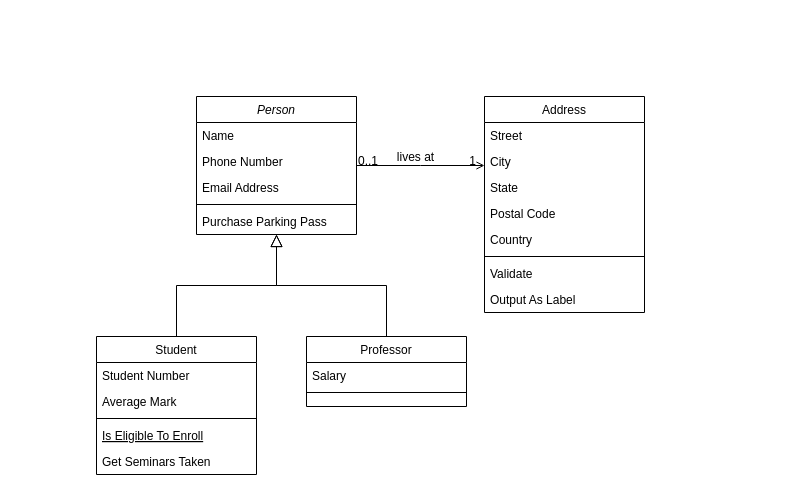
The draw.io diagram Modulo02/EjercicioBanco-Clases/Diagrama sin título.drawio in sebastiancabezasrios/umayor-progra2-2023-1-publico, before the edit. Source tidied: cells renumbered, new cells numbered last; positions are measured from the earlier drawing's top-left corner, leaving out a move shared by most shapes. Both pictures are drawn from the tidied source at 100%, with x=0, y=0 at pixel (96, 96).
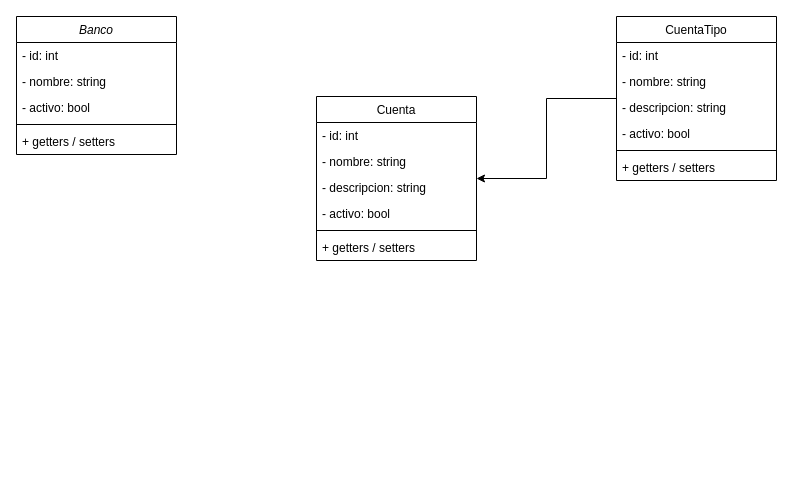
Above is the later version.

Commit message:
actualizar diagrama de clases

What changed in the source:
```diff
@@
-    <mxCell id="2" value="Person" style="swimlane;fontStyle=2;align=center;verticalAlign=top;horizontal=1;startSize=26;rounded=0;shadow=0;strokeWidth=1;" parent="1" vertex="1">
-      <mxGeometry x="100" width="160" height="138" as="geometry" />
+    <mxCell id="2" value="Banco" style="swimlane;fontStyle=2;align=center;verticalAlign=top;horizontal=1;startSize=26;rounded=0;shadow=0;strokeWidth=1;" parent="1" vertex="1">
+      <mxGeometry x="-80" y="-80" width="160" height="138" as="geometry" />
     </mxCell>
-    <mxCell id="3" value="Name" style="text;align=left;verticalAlign=top;spacingLeft=4;spacingRight=4;overflow=hidden;" parent="2" vertex="1">
+    <mxCell id="3" value="- id: int" style="text;align=left;verticalAlign=top;spacingLeft=4;spacingRight=4;overflow=hidden;" parent="2" vertex="1">
       <mxGeometry y="26" width="160" height="26" as="geometry" />
     </mxCell>
-    <mxCell id="4" value="Phone Number" style="text;align=left;verticalAlign=top;spacingLeft=4;spacingRight=4;overflow=hidden;rounded=0;shadow=0;html=0;" parent="2" vertex="1">
+    <mxCell id="4" value="- nombre: string" style="text;align=left;verticalAlign=top;spacingLeft=4;spacingRight=4;overflow=hidden;rounded=0;shadow=0;html=0;" parent="2" vertex="1">
       <mxGeometry y="52" width="160" height="26" as="geometry" />
     </mxCell>
-    <mxCell id="5" value="Email Address" style="text;align=left;verticalAlign=top;spacingLeft=4;spacingRight=4;overflow=hidden;rounded=0;shadow=0;html=0;" parent="2" vertex="1">
+    <mxCell id="5" value="- activo: bool" style="text;align=left;verticalAlign=top;spacingLeft=4;spacingRight=4;overflow=hidden;rounded=0;shadow=0;html=0;" parent="2" vertex="1">
       <mxGeometry y="78" width="160" height="26" as="geometry" />
     </mxCell>
@@
-    <mxCell id="7" value="Purchase Parking Pass" style="text;align=left;verticalAlign=top;spacingLeft=4;spacingRight=4;overflow=hidden;" parent="2" vertex="1">
+    <mxCell id="7" value="+ getters / setters" style="text;align=left;verticalAlign=top;spacingLeft=4;spacingRight=4;overflow=hidden;" parent="2" vertex="1">
       <mxGeometry y="112" width="160" height="26" as="geometry" />
     </mxCell>
-    <mxCell id="8" value="Student" style="swimlane;fontStyle=0;align=center;verticalAlign=top;horizontal=1;startSize=26;rounded=0;shadow=0;strokeWidth=1;" parent="1" vertex="1">
-      <mxGeometry y="240" width="160" height="138" as="geometry" />
-    </mxCell>
-    <mxCell id="9" value="Student Number" style="text;align=left;verticalAlign=top;spacingLeft=4;spacingRight=4;overflow=hidden;" parent="8" vertex="1">
-      <mxGeometry y="26" width="160" height="26" as="geometry" />
-    </mxCell>
-    <mxCell id="10" value="Average Mark" style="text;align=left;verticalAlign=top;spacingLeft=4;spacingRight=4;overflow=hidden;rounded=0;shadow=0;html=0;" parent="8" vertex="1">
-      <mxGeometry y="52" width="160" height="26" as="geometry" />
-    </mxCell>
-    <mxCell id="11" style="line;html=1;strokeWidth=1;align=left;verticalAlign=middle;spacingTop=-1;spacingLeft=3;spacingRight=3;labelPosition=right;" parent="8" vertex="1">
-      <mxGeometry y="78" width="160" height="8" as="geometry" />
-    </mxCell>
-    <mxCell id="12" value="Is Eligible To Enroll" style="text;align=left;verticalAlign=top;spacingLeft=4;spacingRight=4;overflow=hidden;fontStyle=4;" parent="8" vertex="1">
-      <mxGeometry y="86" width="160" height="26" as="geometry" />
-    </mxCell>
-    <mxCell id="13" value="Get Seminars Taken" style="text;align=left;verticalAlign=top;spacingLeft=4;spacingRight=4;overflow=hidden;" parent="8" vertex="1">
-      <mxGeometry y="112" width="160" height="26" as="geometry" />
-    </mxCell>
-    <mxCell id="14" style="endArrow=block;endSize=10;endFill=0;shadow=0;strokeWidth=1;rounded=0;edgeStyle=elbowEdgeStyle;elbow=vertical;" parent="1" edge="1" source="8" target="2">
-      <mxGeometry relative="1" as="geometry" />
-    </mxCell>
-    <mxCell id="15" value="Professor" style="swimlane;fontStyle=0;align=center;verticalAlign=top;horizontal=1;startSize=26;rounded=0;shadow=0;strokeWidth=1;" parent="1" vertex="1">
-      <mxGeometry x="210" y="240" width="160" height="70" as="geometry" />
-    </mxCell>
-    <mxCell id="16" value="Salary" style="text;align=left;verticalAlign=top;spacingLeft=4;spacingRight=4;overflow=hidden;" parent="15" vertex="1">
-      <mxGeometry y="26" width="160" height="26" as="geometry" />
-    </mxCell>
-    <mxCell id="17" style="line;html=1;strokeWidth=1;align=left;verticalAlign=middle;spacingTop=-1;spacingLeft=3;spacingRight=3;labelPosition=right;" parent="15" vertex="1">
-      <mxGeometry y="52" width="160" height="8" as="geometry" />
-    </mxCell>
-    <mxCell id="18" style="endArrow=block;endSize=10;endFill=0;shadow=0;strokeWidth=1;rounded=0;edgeStyle=elbowEdgeStyle;elbow=vertical;" parent="1" edge="1" source="15" target="2">
-      <mxGeometry relative="1" as="geometry" />
-    </mxCell>
+    <mxCell id="32" style="edgeStyle=orthogonalEdgeStyle;rounded=0;jettySize=auto;html=1;" parent="1" edge="1" source="19" target="33">
+      <mxGeometry relative="1" as="geometry" />
+    </mxCell>
-    <mxCell id="19" value="Address" style="swimlane;fontStyle=0;align=center;verticalAlign=top;horizontal=1;startSize=26;rounded=0;shadow=0;strokeWidth=1;" parent="1" vertex="1">
-      <mxGeometry x="388" width="160" height="216" as="geometry" />
+    <mxCell id="19" value="CuentaTipo" style="swimlane;fontStyle=0;align=center;verticalAlign=top;horizontal=1;startSize=26;rounded=0;shadow=0;strokeWidth=1;" parent="1" vertex="1">
+      <mxGeometry x="520" y="-80" width="160" height="164" as="geometry" />
     </mxCell>
-    <mxCell id="20" value="Street" style="text;align=left;verticalAlign=top;spacingLeft=4;spacingRight=4;overflow=hidden;" parent="19" vertex="1">
+    <mxCell id="20" value="- id: int" style="text;align=left;verticalAlign=top;spacingLeft=4;spacingRight=4;overflow=hidden;" parent="19" vertex="1">
       <mxGeometry y="26" width="160" height="26" as="geometry" />
     </mxCell>
-    <mxCell id="21" value="City" style="text;align=left;verticalAlign=top;spacingLeft=4;spacingRight=4;overflow=hidden;rounded=0;shadow=0;html=0;" parent="19" vertex="1">
+    <mxCell id="21" value="- nombre: string" style="text;align=left;verticalAlign=top;spacingLeft=4;spacingRight=4;overflow=hidden;rounded=0;shadow=0;html=0;" parent="19" vertex="1">
       <mxGeometry y="52" width="160" height="26" as="geometry" />
     </mxCell>
-    <mxCell id="22" value="State" style="text;align=left;verticalAlign=top;spacingLeft=4;spacingRight=4;overflow=hidden;rounded=0;shadow=0;html=0;" parent="19" vertex="1">
+    <mxCell id="22" value="- descripcion: string" style="text;align=left;verticalAlign=top;spacingLeft=4;spacingRight=4;overflow=hidden;rounded=0;shadow=0;html=0;" parent="19" vertex="1">
       <mxGeometry y="78" width="160" height="26" as="geometry" />
     </mxCell>
-    <mxCell id="23" value="Postal Code" style="text;align=left;verticalAlign=top;spacingLeft=4;spacingRight=4;overflow=hidden;rounded=0;shadow=0;html=0;" parent="19" vertex="1">
+    <mxCell id="23" value="- activo: bool" style="text;align=left;verticalAlign=top;spacingLeft=4;spacingRight=4;overflow=hidden;rounded=0;shadow=0;html=0;" parent="19" vertex="1">
       <mxGeometry y="104" width="160" height="26" as="geometry" />
     </mxCell>
-    <mxCell id="24" value="Country" style="text;align=left;verticalAlign=top;spacingLeft=4;spacingRight=4;overflow=hidden;rounded=0;shadow=0;html=0;" parent="19" vertex="1">
-      <mxGeometry y="130" width="160" height="26" as="geometry" />
-    </mxCell>
     <mxCell id="25" style="line;html=1;strokeWidth=1;align=left;verticalAlign=middle;spacingTop=-1;spacingLeft=3;spacingRight=3;labelPosition=right;" parent="19" vertex="1">
-      <mxGeometry y="156" width="160" height="8" as="geometry" />
+      <mxGeometry y="130" width="160" height="8" as="geometry" />
     </mxCell>
-    <mxCell id="26" value="Validate" style="text;align=left;verticalAlign=top;spacingLeft=4;spacingRight=4;overflow=hidden;" parent="19" vertex="1">
-      <mxGeometry y="164" width="160" height="26" as="geometry" />
+    <mxCell id="26" value="+ getters / setters" style="text;align=left;verticalAlign=top;spacingLeft=4;spacingRight=4;overflow=hidden;" parent="19" vertex="1">
+      <mxGeometry y="138" width="160" height="26" as="geometry" />
     </mxCell>
-    <mxCell id="27" value="Output As Label" style="text;align=left;verticalAlign=top;spacingLeft=4;spacingRight=4;overflow=hidden;" parent="19" vertex="1">
-      <mxGeometry y="190" width="160" height="26" as="geometry" />
-    </mxCell>
-    <mxCell id="28" style="endArrow=open;shadow=0;strokeWidth=1;rounded=0;endFill=1;edgeStyle=elbowEdgeStyle;elbow=vertical;" parent="1" edge="1" source="2" target="19">
-      <mxGeometry x="0.5" y="41" relative="1" as="geometry">
-        <mxPoint x="-40" y="32" as="offset" />
-      </mxGeometry>
-    </mxCell>
-    <mxCell id="29" value="0..1" style="align=left;verticalAlign=bottom;labelBackgroundColor=none;fontSize=12;" parent="28" vertex="1">
-      <mxGeometry x="-1" relative="1" as="geometry">
-        <mxPoint y="4" as="offset" />
-      </mxGeometry>
-    </mxCell>
-    <mxCell id="30" value="1" style="align=right;verticalAlign=bottom;labelBackgroundColor=none;fontSize=12;" parent="28" vertex="1">
-      <mxGeometry x="1" relative="1" as="geometry">
-        <mxPoint x="-7" y="4" as="offset" />
-      </mxGeometry>
-    </mxCell>
-    <mxCell id="31" value="lives at" style="text;html=1;align=center;verticalAlign=middle;labelBackgroundColor=none;rounded=0;shadow=0;strokeWidth=1;fontSize=12;" parent="28" vertex="1">
-      <mxGeometry x="0.5" y="49" relative="1" as="geometry">
-        <mxPoint x="-38" y="40" as="offset" />
-      </mxGeometry>
-    </mxCell>
+    <mxCell id="33" value="Cuenta" style="swimlane;fontStyle=0;align=center;verticalAlign=top;horizontal=1;startSize=26;rounded=0;shadow=0;strokeWidth=1;" parent="1" vertex="1">
+      <mxGeometry x="220" width="160" height="164" as="geometry" />
+    </mxCell>
+    <mxCell id="34" value="- id: int" style="text;align=left;verticalAlign=top;spacingLeft=4;spacingRight=4;overflow=hidden;" parent="33" vertex="1">
+      <mxGeometry y="26" width="160" height="26" as="geometry" />
+    </mxCell>
+    <mxCell id="35" value="- nombre: string" style="text;align=left;verticalAlign=top;spacingLeft=4;spacingRight=4;overflow=hidden;rounded=0;shadow=0;html=0;" parent="33" vertex="1">
+      <mxGeometry y="52" width="160" height="26" as="geometry" />
+    </mxCell>
+    <mxCell id="36" value="- descripcion: string" style="text;align=left;verticalAlign=top;spacingLeft=4;spacingRight=4;overflow=hidden;rounded=0;shadow=0;html=0;" parent="33" vertex="1">
+      <mxGeometry y="78" width="160" height="26" as="geometry" />
+    </mxCell>
+    <mxCell id="37" value="- activo: bool" style="text;align=left;verticalAlign=top;spacingLeft=4;spacingRight=4;overflow=hidden;rounded=0;shadow=0;html=0;" parent="33" vertex="1">
+      <mxGeometry y="104" width="160" height="26" as="geometry" />
+    </mxCell>
+    <mxCell id="38" style="line;html=1;strokeWidth=1;align=left;verticalAlign=middle;spacingTop=-1;spacingLeft=3;spacingRight=3;labelPosition=right;" parent="33" vertex="1">
+      <mxGeometry y="130" width="160" height="8" as="geometry" />
+    </mxCell>
+    <mxCell id="39" value="+ getters / setters" style="text;align=left;verticalAlign=top;spacingLeft=4;spacingRight=4;overflow=hidden;" parent="33" vertex="1">
+      <mxGeometry y="138" width="160" height="26" as="geometry" />
+    </mxCell>
```
